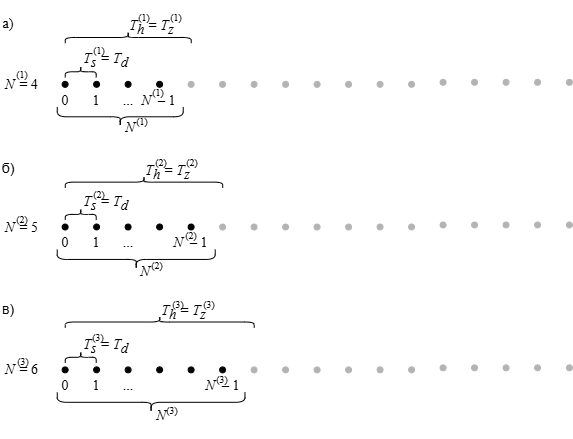
Above: images/frequencyResponse/N_var.drawio.png in romangorbunov91/master-thesis-2026 (draw.io), before the change. Source tidied: cells renumbered, new cells last; positions are measured from the earlier drawing's top-left corner, leaving out a move shared by most shapes.
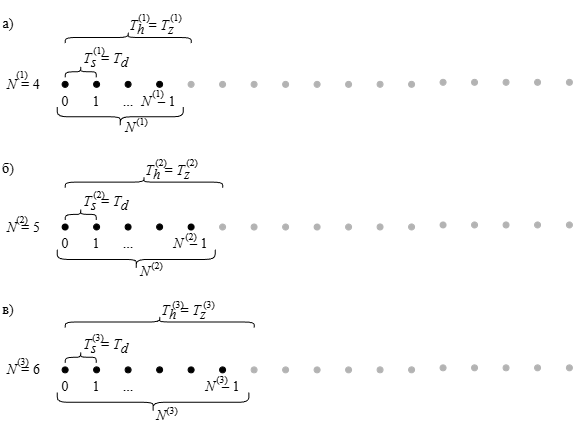
After the change.

Change to the diagram source:
```diff
@@ -36,16 +36,16 @@
       <mxGeometry x="127.6" y="42.9" width="47.2" height="19.7" as="geometry" />
     </mxCell>
     <mxCell id="13" value="&lt;p style=&quot;font-size: 14px;&quot;&gt;&lt;font face=&quot;Times New Roman&quot; style=&quot;font-size: 14px;&quot;&gt;&lt;font style=&quot;font-size: 14px;&quot;&gt;&lt;i style=&quot;font-size: 14px;&quot;&gt;N&amp;nbsp;&lt;/i&gt;&lt;i style=&quot;font-size: 14px;&quot;&gt;&amp;nbsp;&lt;/i&gt;&lt;/font&gt;&lt;span style=&quot;font-size: 14px; font-weight: var(--post_title_typography-font-weight); text-align: start; background-color: initial;&quot;&gt;–&lt;/span&gt;&lt;span style=&quot;background-color: initial; font-size: 14px;&quot;&gt;&amp;nbsp;1&lt;/span&gt;&lt;/font&gt;&lt;/p&gt;" style="text;strokeColor=none;align=center;fillColor=none;html=1;verticalAlign=middle;whiteSpace=wrap;rounded=0;fontSize=14;" parent="1" vertex="1">
-      <mxGeometry x="135.5" y="117.7" width="47.2" height="15.8" as="geometry" />
+      <mxGeometry x="135.5" y="118.7" width="47.2" height="15.8" as="geometry" />
     </mxCell>
     <mxCell id="14" value="&lt;p style=&quot;font-size: 14px;&quot;&gt;&lt;font face=&quot;Times New Roman&quot; style=&quot;font-size: 14px;&quot;&gt;0&lt;/font&gt;&lt;/p&gt;" style="text;strokeColor=none;align=center;fillColor=none;html=1;verticalAlign=middle;whiteSpace=wrap;rounded=0;fontSize=14;" parent="1" vertex="1">
-      <mxGeometry x="56.9" y="117.7" width="15.7" height="15.7" as="geometry" />
+      <mxGeometry x="56.9" y="118.7" width="15.7" height="15.7" as="geometry" />
     </mxCell>
     <mxCell id="15" value="&lt;p style=&quot;font-size: 14px;&quot;&gt;&lt;font face=&quot;Times New Roman&quot; style=&quot;font-size: 14px;&quot;&gt;1&lt;/font&gt;&lt;/p&gt;" style="text;strokeColor=none;align=center;fillColor=none;html=1;verticalAlign=middle;whiteSpace=wrap;rounded=0;fontSize=14;" parent="1" vertex="1">
-      <mxGeometry x="88.4" y="117.7" width="15.7" height="15.7" as="geometry" />
+      <mxGeometry x="88.4" y="118.7" width="15.7" height="15.7" as="geometry" />
     </mxCell>
     <mxCell id="16" value="&lt;p style=&quot;font-size: 14px;&quot;&gt;&lt;font face=&quot;Times New Roman&quot; style=&quot;font-size: 14px;&quot;&gt;...&lt;/font&gt;&lt;/p&gt;" style="text;strokeColor=none;align=center;fillColor=none;html=1;verticalAlign=middle;whiteSpace=wrap;rounded=0;fontSize=14;" parent="1" vertex="1">
-      <mxGeometry x="119.7" y="117.7" width="15.7" height="15.7" as="geometry" />
+      <mxGeometry x="119.7" y="118.7" width="15.7" height="15.7" as="geometry" />
     </mxCell>
     <mxCell id="17" style="ellipse;whiteSpace=wrap;html=1;fillColor=#B3B3B3;enumerate=0;comic=0;backgroundOutline=0;strokeColor=#B3B3B3;" parent="1" vertex="1">
       <mxGeometry x="376.6" y="106.9" width="5.9" height="5.9" as="geometry" />
@@ -114,16 +114,16 @@
       <mxGeometry x="144.3" y="187.9" width="47.2" height="19.7" as="geometry" />
     </mxCell>
     <mxCell id="39" value="&lt;p style=&quot;font-size: 14px;&quot;&gt;&lt;font face=&quot;Times New Roman&quot; style=&quot;font-size: 14px;&quot;&gt;&lt;font style=&quot;font-size: 14px;&quot;&gt;&lt;i style=&quot;font-size: 14px;&quot;&gt;N&amp;nbsp;&lt;/i&gt;&lt;i style=&quot;font-size: 14px;&quot;&gt;&amp;nbsp;&lt;/i&gt;&lt;/font&gt;&lt;span style=&quot;font-size: 14px; font-weight: var(--post_title_typography-font-weight); text-align: start; background-color: initial;&quot;&gt;–&lt;/span&gt;&lt;span style=&quot;background-color: initial; font-size: 14px;&quot;&gt;&amp;nbsp;1&lt;/span&gt;&lt;/font&gt;&lt;/p&gt;" style="text;strokeColor=none;align=center;fillColor=none;html=1;verticalAlign=middle;whiteSpace=wrap;rounded=0;fontSize=14;" parent="1" vertex="1">
-      <mxGeometry x="167" y="260.3" width="47.2" height="15.8" as="geometry" />
+      <mxGeometry x="167" y="261.3" width="47.2" height="15.8" as="geometry" />
     </mxCell>
     <mxCell id="40" value="&lt;p style=&quot;font-size: 14px;&quot;&gt;&lt;font face=&quot;Times New Roman&quot; style=&quot;font-size: 14px;&quot;&gt;0&lt;/font&gt;&lt;/p&gt;" style="text;strokeColor=none;align=center;fillColor=none;html=1;verticalAlign=middle;whiteSpace=wrap;rounded=0;fontSize=14;" parent="1" vertex="1">
-      <mxGeometry x="56.9" y="260.3" width="15.7" height="15.7" as="geometry" />
+      <mxGeometry x="56.9" y="261.3" width="15.7" height="15.7" as="geometry" />
     </mxCell>
     <mxCell id="41" value="&lt;p style=&quot;font-size: 14px;&quot;&gt;&lt;font face=&quot;Times New Roman&quot; style=&quot;font-size: 14px;&quot;&gt;1&lt;/font&gt;&lt;/p&gt;" style="text;strokeColor=none;align=center;fillColor=none;html=1;verticalAlign=middle;whiteSpace=wrap;rounded=0;fontSize=14;" parent="1" vertex="1">
-      <mxGeometry x="88.4" y="260.3" width="15.7" height="15.7" as="geometry" />
+      <mxGeometry x="88.4" y="261.3" width="15.7" height="15.7" as="geometry" />
     </mxCell>
     <mxCell id="42" value="&lt;p style=&quot;font-size: 14px;&quot;&gt;&lt;font face=&quot;Times New Roman&quot; style=&quot;font-size: 14px;&quot;&gt;...&lt;/font&gt;&lt;/p&gt;" style="text;strokeColor=none;align=center;fillColor=none;html=1;verticalAlign=middle;whiteSpace=wrap;rounded=0;fontSize=14;" parent="1" vertex="1">
-      <mxGeometry x="119.7" y="260.3" width="15.7" height="15.7" as="geometry" />
+      <mxGeometry x="119.7" y="261.3" width="15.7" height="15.7" as="geometry" />
     </mxCell>
     <mxCell id="43" style="ellipse;whiteSpace=wrap;html=1;fillColor=#B3B3B3;enumerate=0;comic=0;backgroundOutline=0;strokeColor=#B3B3B3;" parent="1" vertex="1">
       <mxGeometry x="376.6" y="249.5" width="5.9" height="5.9" as="geometry" />
@@ -192,16 +192,16 @@
       <mxGeometry x="160.5" y="328.5" width="47.2" height="19.7" as="geometry" />
     </mxCell>
     <mxCell id="65" value="&lt;p style=&quot;font-size: 14px;&quot;&gt;&lt;font face=&quot;Times New Roman&quot; style=&quot;font-size: 14px;&quot;&gt;&lt;font style=&quot;font-size: 14px;&quot;&gt;&lt;i style=&quot;font-size: 14px;&quot;&gt;N&lt;/i&gt;&lt;i style=&quot;font-size: 14px;&quot;&gt;&amp;nbsp;&amp;nbsp;&lt;/i&gt;&lt;/font&gt;&lt;span style=&quot;font-size: 14px; font-weight: var(--post_title_typography-font-weight); text-align: start; background-color: initial;&quot;&gt;–&lt;/span&gt;&lt;span style=&quot;background-color: initial; font-size: 14px;&quot;&gt;&amp;nbsp;1&lt;/span&gt;&lt;/font&gt;&lt;/p&gt;" style="text;strokeColor=none;align=center;fillColor=none;html=1;verticalAlign=middle;whiteSpace=wrap;rounded=0;fontSize=14;" parent="1" vertex="1">
-      <mxGeometry x="199.3" y="403.2" width="47.2" height="15.8" as="geometry" />
+      <mxGeometry x="199.3" y="404.2" width="47.2" height="15.8" as="geometry" />
     </mxCell>
     <mxCell id="66" value="&lt;p style=&quot;font-size: 14px;&quot;&gt;&lt;font face=&quot;Times New Roman&quot; style=&quot;font-size: 14px;&quot;&gt;0&lt;/font&gt;&lt;/p&gt;" style="text;strokeColor=none;align=center;fillColor=none;html=1;verticalAlign=middle;whiteSpace=wrap;rounded=0;fontSize=14;" parent="1" vertex="1">
-      <mxGeometry x="56.9" y="403.2" width="15.7" height="15.7" as="geometry" />
+      <mxGeometry x="56.9" y="404.2" width="15.7" height="15.7" as="geometry" />
     </mxCell>
     <mxCell id="67" value="&lt;p style=&quot;font-size: 14px;&quot;&gt;&lt;font face=&quot;Times New Roman&quot; style=&quot;font-size: 14px;&quot;&gt;1&lt;/font&gt;&lt;/p&gt;" style="text;strokeColor=none;align=center;fillColor=none;html=1;verticalAlign=middle;whiteSpace=wrap;rounded=0;fontSize=14;" parent="1" vertex="1">
-      <mxGeometry x="88.4" y="403.2" width="15.7" height="15.7" as="geometry" />
+      <mxGeometry x="88.4" y="404.2" width="15.7" height="15.7" as="geometry" />
     </mxCell>
     <mxCell id="68" value="&lt;p style=&quot;font-size: 14px;&quot;&gt;&lt;font face=&quot;Times New Roman&quot; style=&quot;font-size: 14px;&quot;&gt;...&lt;/font&gt;&lt;/p&gt;" style="text;strokeColor=none;align=center;fillColor=none;html=1;verticalAlign=middle;whiteSpace=wrap;rounded=0;fontSize=14;" parent="1" vertex="1">
-      <mxGeometry x="119.7" y="403.2" width="15.7" height="15.7" as="geometry" />
+      <mxGeometry x="119.7" y="404.2" width="15.7" height="15.7" as="geometry" />
     </mxCell>
     <mxCell id="69" style="ellipse;whiteSpace=wrap;html=1;fillColor=#B3B3B3;enumerate=0;comic=0;backgroundOutline=0;strokeColor=#B3B3B3;" parent="1" vertex="1">
       <mxGeometry x="376.6" y="392.4" width="5.9" height="5.9" as="geometry" />
@@ -222,7 +222,7 @@
       <mxGeometry x="534.1" y="390.4" width="5.9" height="5.9" as="geometry" />
     </mxCell>
     <mxCell id="75" style="shape=curlyBracket;whiteSpace=wrap;html=1;rounded=1;flipH=1;labelPosition=right;verticalLabelPosition=middle;align=left;verticalAlign=middle;rotation=90;" parent="1" vertex="1">
-      <mxGeometry x="140.8" y="333.9" width="19.7" height="187.7" as="geometry" />
+      <mxGeometry x="142.8" y="332" width="19.7" height="191.7" as="geometry" />
     </mxCell>
     <mxCell id="76" style="shape=curlyBracket;whiteSpace=wrap;html=1;rounded=1;flipH=1;labelPosition=right;verticalLabelPosition=middle;align=left;verticalAlign=middle;rotation=-90;" parent="1" vertex="1">
       <mxGeometry x="74.6" y="367.3" width="11.2" height="31" as="geometry" />
@@ -236,22 +236,22 @@
     <mxCell id="79" value="&lt;p style=&quot;font-size: 14px;&quot;&gt;&lt;i style=&quot;border-color: var(--border-color); font-family: &amp;quot;Times New Roman&amp;quot;; font-size: 14px;&quot;&gt;N&lt;/i&gt;&lt;br style=&quot;font-size: 14px;&quot;&gt;&lt;/p&gt;" style="text;strokeColor=none;align=center;fillColor=none;html=1;verticalAlign=middle;whiteSpace=wrap;rounded=0;fontSize=14;" parent="1" vertex="1">
       <mxGeometry x="150.6" y="433.2" width="19.7" height="15.7" as="geometry" />
     </mxCell>
-    <mxCell id="80" value="&lt;p style=&quot;font-size: 14px;&quot;&gt;&lt;i style=&quot;border-color: var(--border-color); font-family: &amp;quot;Times New Roman&amp;quot;; font-size: 14px;&quot;&gt;N&lt;/i&gt;&amp;nbsp;&lt;i style=&quot;border-color: var(--border-color); font-family: &amp;quot;Times New Roman&amp;quot;; font-size: 14px;&quot;&gt;=&lt;/i&gt;&lt;span style=&quot;font-family: &amp;quot;Times New Roman&amp;quot;; font-size: 14px;&quot;&gt;&amp;nbsp;&lt;/span&gt;&lt;span style=&quot;border-color: var(--border-color); font-family: &amp;quot;Times New Roman&amp;quot;; font-size: 14px;&quot;&gt;4&lt;/span&gt;&lt;br style=&quot;font-size: 14px;&quot;&gt;&lt;/p&gt;" style="text;strokeColor=none;align=center;fillColor=none;html=1;verticalAlign=middle;whiteSpace=wrap;rounded=0;fontSize=14;" parent="1" vertex="1">
-      <mxGeometry x="2" y="102" width="39.4" height="15.7" as="geometry" />
+    <mxCell id="80" value="&lt;p style=&quot;font-size: 14px;&quot;&gt;&lt;font face=&quot;Times New Roman&quot;&gt;&lt;i style=&quot;border-color: var(--border-color); font-size: 14px;&quot;&gt;N&lt;/i&gt;&amp;nbsp;&lt;i style=&quot;border-color: var(--border-color); font-size: 14px;&quot;&gt;=&lt;/i&gt;&lt;span style=&quot;font-size: 14px;&quot;&gt;&amp;nbsp;&lt;/span&gt;&lt;span style=&quot;border-color: var(--border-color); font-size: 14px;&quot;&gt;4&lt;/span&gt;&lt;/font&gt;&lt;br style=&quot;font-size: 14px;&quot;&gt;&lt;/p&gt;" style="text;strokeColor=none;align=center;fillColor=none;html=1;verticalAlign=middle;whiteSpace=wrap;rounded=0;fontSize=14;" parent="1" vertex="1">
+      <mxGeometry x="4" y="102" width="39.4" height="15.7" as="geometry" />
     </mxCell>
-    <mxCell id="81" value="&lt;p style=&quot;font-size: 14px;&quot;&gt;&lt;i style=&quot;border-color: var(--border-color); font-family: &amp;quot;Times New Roman&amp;quot;; font-size: 14px;&quot;&gt;N&lt;/i&gt;&amp;nbsp;&lt;i style=&quot;border-color: var(--border-color); font-family: &amp;quot;Times New Roman&amp;quot;; font-size: 14px;&quot;&gt;=&lt;/i&gt;&lt;span style=&quot;font-family: &amp;quot;Times New Roman&amp;quot;; font-size: 14px;&quot;&gt;&amp;nbsp;&lt;/span&gt;&lt;span style=&quot;border-color: var(--border-color); font-family: &amp;quot;Times New Roman&amp;quot;; font-size: 14px;&quot;&gt;5&lt;/span&gt;&lt;br style=&quot;font-size: 14px;&quot;&gt;&lt;/p&gt;" style="text;strokeColor=none;align=center;fillColor=none;html=1;verticalAlign=middle;whiteSpace=wrap;rounded=0;fontSize=14;" parent="1" vertex="1">
-      <mxGeometry x="2" y="245.5" width="39.4" height="15.7" as="geometry" />
+    <mxCell id="81" value="&lt;p style=&quot;font-size: 14px;&quot;&gt;&lt;font face=&quot;Times New Roman&quot;&gt;&lt;i style=&quot;border-color: var(--border-color); font-size: 14px;&quot;&gt;N&lt;/i&gt;&amp;nbsp;&lt;i style=&quot;border-color: var(--border-color); font-size: 14px;&quot;&gt;=&lt;/i&gt;&lt;span style=&quot;font-size: 14px;&quot;&gt;&amp;nbsp;&lt;/span&gt;&lt;span style=&quot;border-color: var(--border-color); font-size: 14px;&quot;&gt;5&lt;/span&gt;&lt;/font&gt;&lt;br style=&quot;font-size: 14px;&quot;&gt;&lt;/p&gt;" style="text;strokeColor=none;align=center;fillColor=none;html=1;verticalAlign=middle;whiteSpace=wrap;rounded=0;fontSize=14;" parent="1" vertex="1">
+      <mxGeometry x="4" y="245.5" width="39.4" height="15.7" as="geometry" />
     </mxCell>
-    <mxCell id="82" value="&lt;p style=&quot;font-size: 14px;&quot;&gt;&lt;i style=&quot;border-color: var(--border-color); font-family: &amp;quot;Times New Roman&amp;quot;; font-size: 14px;&quot;&gt;N&lt;/i&gt;&amp;nbsp;&lt;i style=&quot;border-color: var(--border-color); font-family: &amp;quot;Times New Roman&amp;quot;; font-size: 14px;&quot;&gt;=&lt;/i&gt;&lt;span style=&quot;font-family: &amp;quot;Times New Roman&amp;quot;; font-size: 14px;&quot;&gt;&amp;nbsp;&lt;/span&gt;&lt;span style=&quot;border-color: var(--border-color); font-family: &amp;quot;Times New Roman&amp;quot;; font-size: 14px;&quot;&gt;6&lt;/span&gt;&lt;br style=&quot;font-size: 14px;&quot;&gt;&lt;/p&gt;" style="text;strokeColor=none;align=center;fillColor=none;html=1;verticalAlign=middle;whiteSpace=wrap;rounded=0;fontSize=14;" parent="1" vertex="1">
-      <mxGeometry x="2" y="387.5" width="39.4" height="15.7" as="geometry" />
+    <mxCell id="82" value="&lt;p style=&quot;font-size: 14px;&quot;&gt;&lt;font face=&quot;Times New Roman&quot;&gt;&lt;i style=&quot;border-color: var(--border-color); font-size: 14px;&quot;&gt;N&lt;/i&gt;&amp;nbsp;&lt;i style=&quot;border-color: var(--border-color); font-size: 14px;&quot;&gt;=&lt;/i&gt;&lt;span style=&quot;font-size: 14px;&quot;&gt;&amp;nbsp;&lt;/span&gt;&lt;span style=&quot;border-color: var(--border-color); font-size: 14px;&quot;&gt;6&lt;/span&gt;&lt;/font&gt;&lt;br style=&quot;font-size: 14px;&quot;&gt;&lt;/p&gt;" style="text;strokeColor=none;align=center;fillColor=none;html=1;verticalAlign=middle;whiteSpace=wrap;rounded=0;fontSize=14;" parent="1" vertex="1">
+      <mxGeometry x="4" y="387.5" width="39.4" height="15.7" as="geometry" />
     </mxCell>
-    <mxCell id="83" value="&lt;p style=&quot;font-size: 14px;&quot;&gt;&lt;font style=&quot;font-size: 14px;&quot; face=&quot;Times New Roman&quot;&gt;&lt;span style=&quot;font-size: 14px;&quot;&gt;а)&lt;/span&gt;&lt;/font&gt;&lt;/p&gt;" style="text;strokeColor=none;align=center;fillColor=none;html=1;verticalAlign=middle;whiteSpace=wrap;rounded=0;fontSize=14;" parent="1" vertex="1">
+    <mxCell id="83" value="&lt;p style=&quot;font-size: 14px;&quot;&gt;&lt;font face=&quot;Times New Roman&quot; style=&quot;font-size: 14px;&quot;&gt;&lt;span style=&quot;font-size: 14px;&quot;&gt;а)&lt;/span&gt;&lt;/font&gt;&lt;/p&gt;" style="text;strokeColor=none;align=center;fillColor=none;html=1;verticalAlign=middle;whiteSpace=wrap;rounded=0;fontSize=14;" parent="1" vertex="1">
       <mxGeometry y="41" width="15.7" height="15.7" as="geometry" />
     </mxCell>
-    <mxCell id="84" value="&lt;p style=&quot;font-size: 14px;&quot;&gt;б)&lt;br style=&quot;font-size: 14px;&quot;&gt;&lt;/p&gt;" style="text;strokeColor=none;align=center;fillColor=none;html=1;verticalAlign=middle;whiteSpace=wrap;rounded=0;fontSize=14;" parent="1" vertex="1">
+    <mxCell id="84" value="&lt;p style=&quot;font-size: 14px;&quot;&gt;&lt;font face=&quot;Times New Roman&quot;&gt;б)&lt;/font&gt;&lt;br style=&quot;font-size: 14px;&quot;&gt;&lt;/p&gt;" style="text;strokeColor=none;align=center;fillColor=none;html=1;verticalAlign=middle;whiteSpace=wrap;rounded=0;fontSize=14;" parent="1" vertex="1">
       <mxGeometry y="185.9" width="15.7" height="15.7" as="geometry" />
     </mxCell>
-    <mxCell id="85" value="&lt;p style=&quot;font-size: 14px;&quot;&gt;в)&lt;br style=&quot;font-size: 14px;&quot;&gt;&lt;/p&gt;" style="text;strokeColor=none;align=center;fillColor=none;html=1;verticalAlign=middle;whiteSpace=wrap;rounded=0;fontSize=14;" parent="1" vertex="1">
+    <mxCell id="85" value="&lt;p style=&quot;font-size: 14px;&quot;&gt;&lt;font face=&quot;Times New Roman&quot;&gt;в)&lt;/font&gt;&lt;br style=&quot;font-size: 14px;&quot;&gt;&lt;/p&gt;" style="text;strokeColor=none;align=center;fillColor=none;html=1;verticalAlign=middle;whiteSpace=wrap;rounded=0;fontSize=14;" parent="1" vertex="1">
       <mxGeometry y="326.9" width="15.7" height="15.7" as="geometry" />
     </mxCell>
     <mxCell id="86" style="ellipse;whiteSpace=wrap;html=1;fillColor=#B3B3B3;enumerate=0;comic=0;backgroundOutline=0;strokeColor=#B3B3B3;" parent="1" vertex="1">
@@ -282,10 +282,10 @@
       <mxGeometry x="135.8" y="141.4" width="11.8" height="11.8" as="geometry" />
     </mxCell>
     <mxCell id="95" value="&lt;p style=&quot;font-size: 10px;&quot;&gt;&lt;font style=&quot;font-size: 10px;&quot; face=&quot;Times New Roman&quot;&gt;(1)&lt;/font&gt;&lt;/p&gt;" style="text;strokeColor=none;align=center;fillColor=none;html=1;verticalAlign=middle;whiteSpace=wrap;rounded=0;fontSize=10;" parent="1" vertex="1">
-      <mxGeometry x="152.1" y="111.9" width="11.8" height="11.8" as="geometry" />
+      <mxGeometry x="152.1" y="112.9" width="11.8" height="11.8" as="geometry" />
     </mxCell>
     <mxCell id="96" value="&lt;p style=&quot;font-size: 10px;&quot;&gt;&lt;font style=&quot;font-size: 10px;&quot; face=&quot;Times New Roman&quot;&gt;(2)&lt;/font&gt;&lt;/p&gt;" style="text;strokeColor=none;align=center;fillColor=none;html=1;verticalAlign=middle;whiteSpace=wrap;rounded=0;fontSize=10;" parent="1" vertex="1">
-      <mxGeometry x="184.7" y="255.4" width="11.8" height="11.8" as="geometry" />
+      <mxGeometry x="184.7" y="256.4" width="11.8" height="11.8" as="geometry" />
     </mxCell>
     <mxCell id="97" value="&lt;p style=&quot;font-size: 10px;&quot;&gt;&lt;font style=&quot;font-size: 10px;&quot; face=&quot;Times New Roman&quot;&gt;(3)&lt;/font&gt;&lt;/p&gt;" style="text;strokeColor=none;align=center;fillColor=none;html=1;verticalAlign=middle;whiteSpace=wrap;rounded=0;fontSize=10;" parent="1" vertex="1">
       <mxGeometry x="216.2" y="398.7" width="11.8" height="11.8" as="geometry" />
```
